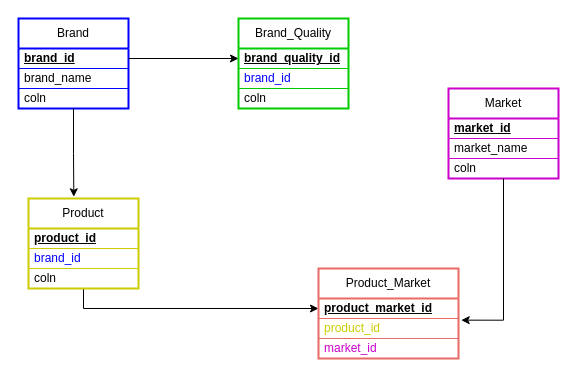
Earlier version of the draw.io diagram product_structure.drawio (vadramson/Drawings). Source tidied: cells renumbered, new cells numbered last; positions are measured from the earlier drawing's top-left corner, leaving out a move shared by most shapes. Both pictures are drawn from the tidied source at 100%, with x=0, y=0 at pixel (18, 18).
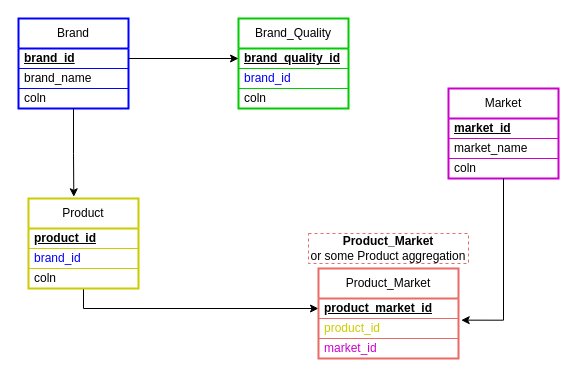
The same diagram, later.

Diff of the diagram source:
```diff
@@
+    <mxCell id="26" value="&lt;b&gt;Product_Market&lt;/b&gt;&lt;div&gt;or some Product aggregation&lt;/div&gt;" style="text;html=1;align=center;verticalAlign=middle;whiteSpace=wrap;rounded=0;dashed=1;strokeColor=#EA6B66;" parent="1" vertex="1">
+      <mxGeometry x="290" y="215" width="160" height="30" as="geometry" />
+    </mxCell>
```
